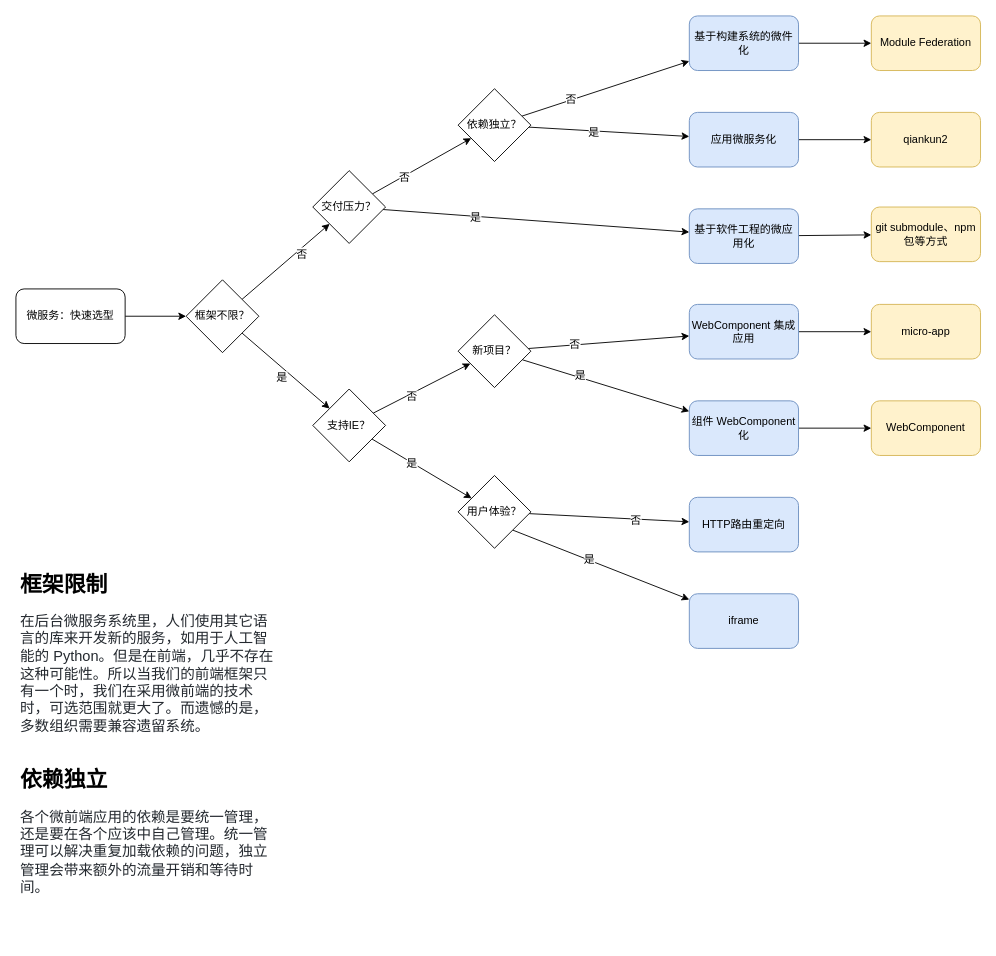
Earlier version of the draw.io diagram page "快速选型" (9 of 10) of 微服务设计图.drawio (zhuoooo/doodles). Source tidied: cells renumbered, new cells numbered last; positions are measured from the earlier drawing's top-left corner, leaving out a move shared by most shapes. Both pictures are drawn from the tidied source at 91%, with x=0, y=0 at pixel (15, 15).
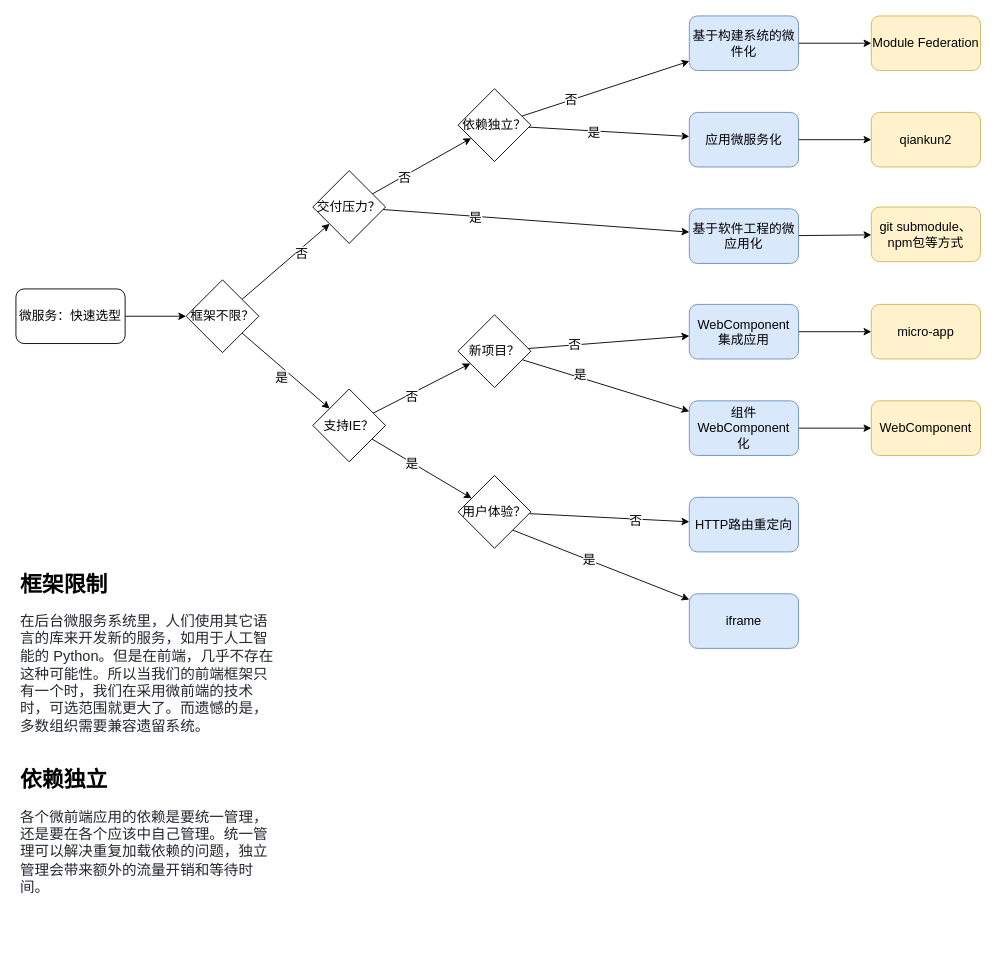
The same page after the edit.

What changed in the source:
```diff
@@
-    <mxCell id="2" style="edgeStyle=orthogonalEdgeStyle;rounded=0;jettySize=auto;html=1;" parent="1" edge="1" source="3" target="8">
+    <mxCell id="2" style="edgeStyle=orthogonalEdgeStyle;rounded=0;jettySize=auto;html=1;fontSize=14;" parent="1" edge="1" source="3" target="8">
       <mxGeometry relative="1" as="geometry" />
     </mxCell>
-    <mxCell id="3" value="微服务：快速选型" style="rounded=1;whiteSpace=wrap;html=1;" parent="1" vertex="1">
+    <mxCell id="3" value="微服务：快速选型" style="rounded=1;whiteSpace=wrap;html=1;fontSize=14;" parent="1" vertex="1">
       <mxGeometry y="300" width="120" height="60" as="geometry" />
     </mxCell>
-    <mxCell id="4" style="rounded=0;jettySize=auto;html=1;fontSize=12;" parent="1" edge="1" source="8" target="13">
+    <mxCell id="4" style="rounded=0;jettySize=auto;html=1;fontSize=14;" parent="1" edge="1" source="8" target="13">
       <mxGeometry relative="1" as="geometry" />
     </mxCell>
-    <mxCell id="5" value="否" style="text;html=1;align=center;verticalAlign=middle;labelBackgroundColor=#ffffff;fontSize=12;" parent="4" vertex="1">
+    <mxCell id="5" value="否" style="text;html=1;align=center;verticalAlign=middle;labelBackgroundColor=#ffffff;fontSize=14;" parent="4" vertex="1">
       <mxGeometry x="0.29" y="-5" relative="1" as="geometry" />
     </mxCell>
-    <mxCell id="6" style="edgeStyle=none;rounded=0;jettySize=auto;html=1;fontSize=12;" parent="1" edge="1" source="8" target="23">
+    <mxCell id="6" style="edgeStyle=none;rounded=0;jettySize=auto;html=1;fontSize=14;" parent="1" edge="1" source="8" target="23">
       <mxGeometry relative="1" as="geometry" />
     </mxCell>
-    <mxCell id="7" value="是" style="text;html=1;align=center;verticalAlign=middle;labelBackgroundColor=#ffffff;fontSize=12;" parent="6" vertex="1">
+    <mxCell id="7" value="是" style="text;html=1;align=center;verticalAlign=middle;labelBackgroundColor=#ffffff;fontSize=14;" parent="6" vertex="1">
       <mxGeometry x="0.24" y="3" relative="1" as="geometry">
         <mxPoint x="-19" as="offset" />
       </mxGeometry>
     </mxCell>
-    <mxCell id="8" value="框架不限？" style="rhombus;whiteSpace=wrap;html=1;fontSize=12;" parent="1" vertex="1">
+    <mxCell id="8" value="框架不限？" style="rhombus;whiteSpace=wrap;html=1;fontSize=14;" parent="1" vertex="1">
       <mxGeometry x="187" y="290" width="80" height="80" as="geometry" />
     </mxCell>
-    <mxCell id="9" style="edgeStyle=none;rounded=0;jettySize=auto;html=1;fontSize=12;" parent="1" edge="1" source="13" target="18">
+    <mxCell id="9" style="edgeStyle=none;rounded=0;jettySize=auto;html=1;fontSize=14;" parent="1" edge="1" source="13" target="18">
       <mxGeometry relative="1" as="geometry" />
     </mxCell>
-    <mxCell id="10" value="否" style="text;html=1;align=center;verticalAlign=middle;labelBackgroundColor=#ffffff;fontSize=12;" parent="9" vertex="1">
+    <mxCell id="10" value="否" style="text;html=1;align=center;verticalAlign=middle;labelBackgroundColor=#ffffff;fontSize=14;" parent="9" vertex="1">
       <mxGeometry x="-0.38" y="-1" relative="1" as="geometry" />
     </mxCell>
-    <mxCell id="11" style="edgeStyle=none;rounded=0;jettySize=auto;html=1;" parent="1" edge="1" source="13" target="41">
+    <mxCell id="11" style="edgeStyle=none;rounded=0;jettySize=auto;html=1;fontSize=14;" parent="1" edge="1" source="13" target="41">
       <mxGeometry relative="1" as="geometry" />
     </mxCell>
-    <mxCell id="12" value="是" style="text;html=1;align=center;verticalAlign=middle;labelBackgroundColor=#ffffff;fontSize=12;" parent="11" vertex="1">
+    <mxCell id="12" value="是" style="text;html=1;align=center;verticalAlign=middle;labelBackgroundColor=#ffffff;fontSize=14;" parent="11" vertex="1">
       <mxGeometry x="-0.4" y="-1" relative="1" as="geometry" />
     </mxCell>
-    <mxCell id="13" value="交付压力？" style="rhombus;whiteSpace=wrap;html=1;fontSize=12;" parent="1" vertex="1">
+    <mxCell id="13" value="交付压力？" style="rhombus;whiteSpace=wrap;html=1;fontSize=14;" parent="1" vertex="1">
       <mxGeometry x="326.2" y="170" width="80" height="80" as="geometry" />
     </mxCell>
-    <mxCell id="14" style="rounded=0;jettySize=auto;html=1;" parent="1" edge="1" source="18" target="35">
+    <mxCell id="14" style="rounded=0;jettySize=auto;html=1;fontSize=14;" parent="1" edge="1" source="18" target="35">
       <mxGeometry relative="1" as="geometry" />
     </mxCell>
-    <mxCell id="15" value="是" style="text;html=1;align=center;verticalAlign=middle;labelBackgroundColor=#ffffff;" parent="14" vertex="1">
+    <mxCell id="15" value="是" style="text;html=1;align=center;verticalAlign=middle;labelBackgroundColor=#ffffff;fontSize=14;" parent="14" vertex="1">
       <mxGeometry x="-0.2" y="-1" relative="1" as="geometry" />
     </mxCell>
-    <mxCell id="16" style="edgeStyle=none;rounded=0;jettySize=auto;html=1;" parent="1" edge="1" source="18" target="38">
+    <mxCell id="16" style="edgeStyle=none;rounded=0;jettySize=auto;html=1;fontSize=14;" parent="1" edge="1" source="18" target="38">
       <mxGeometry relative="1" as="geometry" />
     </mxCell>
-    <mxCell id="17" value="否" style="text;html=1;align=center;verticalAlign=middle;labelBackgroundColor=#ffffff;" parent="16" vertex="1">
+    <mxCell id="17" value="否" style="text;html=1;align=center;verticalAlign=middle;labelBackgroundColor=#ffffff;fontSize=14;" parent="16" vertex="1">
       <mxGeometry x="-0.41" y="1" relative="1" as="geometry" />
     </mxCell>
-    <mxCell id="18" value="依赖独立？" style="rhombus;whiteSpace=wrap;html=1;fontSize=12;" parent="1" vertex="1">
+    <mxCell id="18" value="依赖独立？" style="rhombus;whiteSpace=wrap;html=1;fontSize=14;" parent="1" vertex="1">
       <mxGeometry x="485.9" y="80" width="80" height="80" as="geometry" />
     </mxCell>
-    <mxCell id="19" style="edgeStyle=none;rounded=0;jettySize=auto;html=1;fontSize=12;" parent="1" edge="1" source="23" target="33">
+    <mxCell id="19" style="edgeStyle=none;rounded=0;jettySize=auto;html=1;fontSize=14;" parent="1" edge="1" source="23" target="33">
       <mxGeometry relative="1" as="geometry" />
     </mxCell>
-    <mxCell id="20" value="是" style="text;html=1;align=center;verticalAlign=middle;labelBackgroundColor=#ffffff;fontSize=12;" parent="19" vertex="1">
+    <mxCell id="20" value="是" style="text;html=1;align=center;verticalAlign=middle;labelBackgroundColor=#ffffff;fontSize=14;" parent="19" vertex="1">
       <mxGeometry x="-0.2" y="-1" relative="1" as="geometry" />
     </mxCell>
-    <mxCell id="21" style="edgeStyle=none;rounded=0;jettySize=auto;html=1;fontSize=12;" parent="1" edge="1" source="23" target="28">
+    <mxCell id="21" style="edgeStyle=none;rounded=0;jettySize=auto;html=1;fontSize=14;" parent="1" edge="1" source="23" target="28">
       <mxGeometry relative="1" as="geometry" />
     </mxCell>
-    <mxCell id="22" value="否" style="text;html=1;align=center;verticalAlign=middle;labelBackgroundColor=#ffffff;fontSize=12;" parent="21" vertex="1">
+    <mxCell id="22" value="否" style="text;html=1;align=center;verticalAlign=middle;labelBackgroundColor=#ffffff;fontSize=14;" parent="21" vertex="1">
       <mxGeometry x="-0.25" y="-3" relative="1" as="geometry" />
     </mxCell>
-    <mxCell id="23" value="支持IE？" style="rhombus;whiteSpace=wrap;html=1;fontSize=12;" parent="1" vertex="1">
+    <mxCell id="23" value="支持IE？" style="rhombus;whiteSpace=wrap;html=1;fontSize=14;" parent="1" vertex="1">
       <mxGeometry x="326.2" y="410" width="80" height="80" as="geometry" />
     </mxCell>
-    <mxCell id="24" style="edgeStyle=none;rounded=0;jettySize=auto;html=1;" parent="1" edge="1" source="28" target="45">
+    <mxCell id="24" style="edgeStyle=none;rounded=0;jettySize=auto;html=1;fontSize=14;" parent="1" edge="1" source="28" target="45">
       <mxGeometry relative="1" as="geometry" />
     </mxCell>
-    <mxCell id="25" value="是" style="text;html=1;align=center;verticalAlign=middle;labelBackgroundColor=#ffffff;" parent="24" vertex="1">
+    <mxCell id="25" value="是" style="text;html=1;align=center;verticalAlign=middle;labelBackgroundColor=#ffffff;fontSize=14;" parent="24" vertex="1">
       <mxGeometry x="-0.32" y="3" relative="1" as="geometry" />
     </mxCell>
-    <mxCell id="26" style="edgeStyle=none;rounded=0;jettySize=auto;html=1;" parent="1" edge="1" source="28" target="48">
+    <mxCell id="26" style="edgeStyle=none;rounded=0;jettySize=auto;html=1;fontSize=14;" parent="1" edge="1" source="28" target="48">
       <mxGeometry relative="1" as="geometry" />
     </mxCell>
-    <mxCell id="27" value="否" style="text;html=1;align=center;verticalAlign=middle;labelBackgroundColor=#ffffff;fontSize=12;" parent="26" vertex="1">
+    <mxCell id="27" value="否" style="text;html=1;align=center;verticalAlign=middle;labelBackgroundColor=#ffffff;fontSize=14;" parent="26" vertex="1">
       <mxGeometry x="-0.43" y="1" relative="1" as="geometry" />
     </mxCell>
-    <mxCell id="28" value="新项目？" style="rhombus;whiteSpace=wrap;html=1;fontSize=12;" parent="1" vertex="1">
+    <mxCell id="28" value="新项目？" style="rhombus;whiteSpace=wrap;html=1;fontSize=14;" parent="1" vertex="1">
       <mxGeometry x="485.9" y="328.4" width="80" height="80" as="geometry" />
     </mxCell>
-    <mxCell id="29" style="edgeStyle=none;rounded=0;jettySize=auto;html=1;" parent="1" edge="1" source="33" target="42">
+    <mxCell id="29" style="edgeStyle=none;rounded=0;jettySize=auto;html=1;fontSize=14;" parent="1" edge="1" source="33" target="42">
       <mxGeometry relative="1" as="geometry" />
     </mxCell>
-    <mxCell id="30" value="否" style="text;html=1;align=center;verticalAlign=middle;labelBackgroundColor=#ffffff;" parent="29" vertex="1">
+    <mxCell id="30" value="否" style="text;html=1;align=center;verticalAlign=middle;labelBackgroundColor=#ffffff;fontSize=14;" parent="29" vertex="1">
       <mxGeometry x="0.33" y="-2" relative="1" as="geometry" />
     </mxCell>
-    <mxCell id="31" style="edgeStyle=none;rounded=0;jettySize=auto;html=1;exitX=1;exitY=1;exitDx=0;exitDy=0;" parent="1" edge="1" source="33" target="43">
+    <mxCell id="31" style="edgeStyle=none;rounded=0;jettySize=auto;html=1;exitX=1;exitY=1;exitDx=0;exitDy=0;fontSize=14;" parent="1" edge="1" source="33" target="43">
       <mxGeometry relative="1" as="geometry" />
     </mxCell>
-    <mxCell id="32" value="是" style="text;html=1;align=center;verticalAlign=middle;labelBackgroundColor=#ffffff;" parent="31" vertex="1">
+    <mxCell id="32" value="是" style="text;html=1;align=center;verticalAlign=middle;labelBackgroundColor=#ffffff;fontSize=14;" parent="31" vertex="1">
       <mxGeometry x="-0.14" y="-1" relative="1" as="geometry">
         <mxPoint y="-1" as="offset" />
       </mxGeometry>
     </mxCell>
-    <mxCell id="33" value="用户体验？" style="rhombus;whiteSpace=wrap;html=1;fontSize=12;" parent="1" vertex="1">
+    <mxCell id="33" value="用户体验？" style="rhombus;whiteSpace=wrap;html=1;fontSize=14;" parent="1" vertex="1">
       <mxGeometry x="485.9" y="505" width="80" height="80" as="geometry" />
     </mxCell>
-    <mxCell id="34" style="edgeStyle=orthogonalEdgeStyle;rounded=0;jettySize=auto;html=1;" parent="1" edge="1" source="35" target="36">
+    <mxCell id="34" style="edgeStyle=orthogonalEdgeStyle;rounded=0;jettySize=auto;html=1;fontSize=14;" parent="1" edge="1" source="35" target="36">
       <mxGeometry relative="1" as="geometry" />
     </mxCell>
-    <mxCell id="35" value="应用微服务化" style="rounded=1;whiteSpace=wrap;html=1;fillColor=#dae8fc;strokeColor=#6c8ebf;" parent="1" vertex="1">
+    <mxCell id="35" value="应用微服务化" style="rounded=1;whiteSpace=wrap;html=1;fillColor=#dae8fc;strokeColor=#6c8ebf;fontSize=14;" parent="1" vertex="1">
       <mxGeometry x="740" y="106" width="120" height="60" as="geometry" />
     </mxCell>
-    <mxCell id="36" value="qiankun2" style="rounded=1;whiteSpace=wrap;html=1;fillColor=#fff2cc;strokeColor=#d6b656;" parent="1" vertex="1">
+    <mxCell id="36" value="qiankun2" style="rounded=1;whiteSpace=wrap;html=1;fillColor=#fff2cc;strokeColor=#d6b656;fontSize=14;" parent="1" vertex="1">
       <mxGeometry x="940" y="106" width="120" height="60" as="geometry" />
     </mxCell>
-    <mxCell id="37" style="edgeStyle=orthogonalEdgeStyle;rounded=0;jettySize=auto;html=1;" parent="1" edge="1" source="38" target="39">
+    <mxCell id="37" style="edgeStyle=orthogonalEdgeStyle;rounded=0;jettySize=auto;html=1;fontSize=14;" parent="1" edge="1" source="38" target="39">
       <mxGeometry relative="1" as="geometry" />
     </mxCell>
-    <mxCell id="38" value="基于构建系统的微件化" style="rounded=1;whiteSpace=wrap;html=1;fillColor=#dae8fc;strokeColor=#6c8ebf;" parent="1" vertex="1">
+    <mxCell id="38" value="基于构建系统的微件化" style="rounded=1;whiteSpace=wrap;html=1;fillColor=#dae8fc;strokeColor=#6c8ebf;fontSize=14;" parent="1" vertex="1">
       <mxGeometry x="740" width="120" height="60" as="geometry" />
     </mxCell>
-    <mxCell id="39" value="Module Federation" style="rounded=1;whiteSpace=wrap;html=1;fillColor=#fff2cc;strokeColor=#d6b656;" parent="1" vertex="1">
+    <mxCell id="39" value="Module Federation" style="rounded=1;whiteSpace=wrap;html=1;fillColor=#fff2cc;strokeColor=#d6b656;fontSize=14;" parent="1" vertex="1">
       <mxGeometry x="940" width="120" height="60" as="geometry" />
     </mxCell>
-    <mxCell id="40" style="edgeStyle=none;rounded=0;jettySize=auto;html=1;fontSize=12;" parent="1" edge="1" source="41" target="50">
+    <mxCell id="40" style="edgeStyle=none;rounded=0;jettySize=auto;html=1;fontSize=14;" parent="1" edge="1" source="41" target="50">
       <mxGeometry relative="1" as="geometry" />
     </mxCell>
-    <mxCell id="41" value="基于软件工程的微应用化" style="rounded=1;whiteSpace=wrap;html=1;fillColor=#dae8fc;strokeColor=#6c8ebf;" parent="1" vertex="1">
+    <mxCell id="41" value="基于软件工程的微应用化" style="rounded=1;whiteSpace=wrap;html=1;fillColor=#dae8fc;strokeColor=#6c8ebf;fontSize=14;" parent="1" vertex="1">
       <mxGeometry x="740" y="212" width="120" height="60" as="geometry" />
     </mxCell>
-    <mxCell id="42" value="HTTP路由重定向" style="rounded=1;whiteSpace=wrap;html=1;fillColor=#dae8fc;strokeColor=#6c8ebf;" parent="1" vertex="1">
+    <mxCell id="42" value="HTTP路由重定向" style="rounded=1;whiteSpace=wrap;html=1;fillColor=#dae8fc;strokeColor=#6c8ebf;fontSize=14;" parent="1" vertex="1">
       <mxGeometry x="740" y="529" width="120" height="60" as="geometry" />
     </mxCell>
-    <mxCell id="43" value="iframe" style="rounded=1;whiteSpace=wrap;html=1;fillColor=#dae8fc;strokeColor=#6c8ebf;" parent="1" vertex="1">
+    <mxCell id="43" value="iframe" style="rounded=1;whiteSpace=wrap;html=1;fillColor=#dae8fc;strokeColor=#6c8ebf;fontSize=14;" parent="1" vertex="1">
       <mxGeometry x="740" y="635" width="120" height="60" as="geometry" />
     </mxCell>
-    <mxCell id="44" style="edgeStyle=orthogonalEdgeStyle;rounded=0;jettySize=auto;html=1;" parent="1" edge="1" source="45" target="46">
+    <mxCell id="44" style="edgeStyle=orthogonalEdgeStyle;rounded=0;jettySize=auto;html=1;fontSize=14;" parent="1" edge="1" source="45" target="46">
       <mxGeometry relative="1" as="geometry" />
     </mxCell>
-    <mxCell id="45" value="组件 WebComponent 化" style="rounded=1;whiteSpace=wrap;html=1;fillColor=#dae8fc;strokeColor=#6c8ebf;" parent="1" vertex="1">
+    <mxCell id="45" value="组件 WebComponent 化" style="rounded=1;whiteSpace=wrap;html=1;fillColor=#dae8fc;strokeColor=#6c8ebf;fontSize=14;" parent="1" vertex="1">
       <mxGeometry x="740" y="423" width="120" height="60" as="geometry" />
     </mxCell>
-    <mxCell id="46" value="WebComponent" style="rounded=1;whiteSpace=wrap;html=1;fillColor=#fff2cc;strokeColor=#d6b656;" parent="1" vertex="1">
+    <mxCell id="46" value="WebComponent" style="rounded=1;whiteSpace=wrap;html=1;fillColor=#fff2cc;strokeColor=#d6b656;fontSize=14;" parent="1" vertex="1">
       <mxGeometry x="940" y="423" width="120" height="60" as="geometry" />
     </mxCell>
-    <mxCell id="47" style="edgeStyle=orthogonalEdgeStyle;rounded=0;jettySize=auto;html=1;" parent="1" edge="1" source="48" target="49">
+    <mxCell id="47" style="edgeStyle=orthogonalEdgeStyle;rounded=0;jettySize=auto;html=1;fontSize=14;" parent="1" edge="1" source="48" target="49">
       <mxGeometry relative="1" as="geometry" />
     </mxCell>
-    <mxCell id="48" value="WebComponent 集成应用" style="rounded=1;whiteSpace=wrap;html=1;fillColor=#dae8fc;strokeColor=#6c8ebf;" parent="1" vertex="1">
+    <mxCell id="48" value="WebComponent 集成应用" style="rounded=1;whiteSpace=wrap;html=1;fillColor=#dae8fc;strokeColor=#6c8ebf;fontSize=14;" parent="1" vertex="1">
       <mxGeometry x="740" y="317" width="120" height="60" as="geometry" />
     </mxCell>
-    <mxCell id="49" value="micro-app" style="rounded=1;whiteSpace=wrap;html=1;fillColor=#fff2cc;strokeColor=#d6b656;" parent="1" vertex="1">
+    <mxCell id="49" value="micro-app" style="rounded=1;whiteSpace=wrap;html=1;fillColor=#fff2cc;strokeColor=#d6b656;fontSize=14;" parent="1" vertex="1">
       <mxGeometry x="940" y="317" width="120" height="60" as="geometry" />
     </mxCell>
-    <mxCell id="50" value="git submodule、npm包等方式" style="rounded=1;whiteSpace=wrap;html=1;fillColor=#fff2cc;strokeColor=#d6b656;" parent="1" vertex="1">
+    <mxCell id="50" value="git submodule、npm包等方式" style="rounded=1;whiteSpace=wrap;html=1;fillColor=#fff2cc;strokeColor=#d6b656;fontSize=14;" parent="1" vertex="1">
       <mxGeometry x="940" y="210" width="120" height="60" as="geometry" />
     </mxCell>
```
